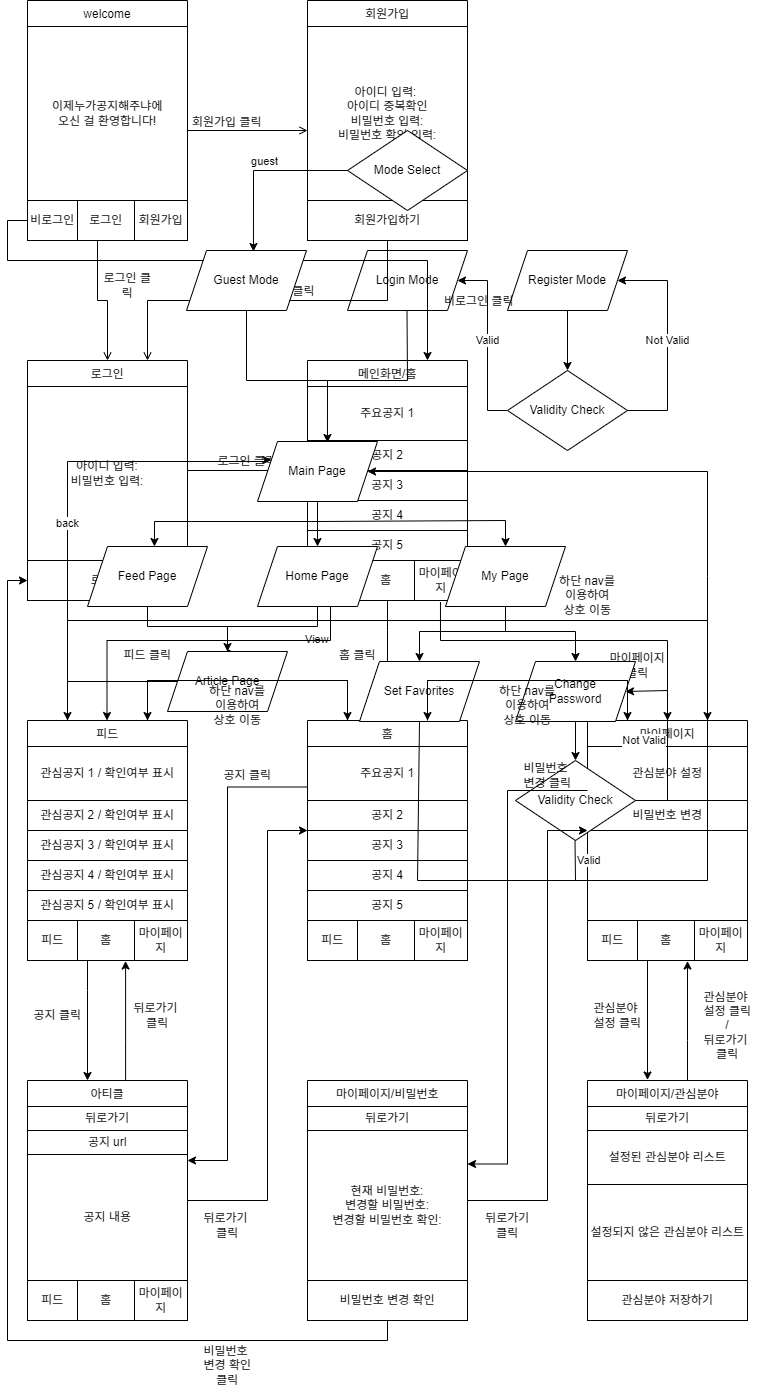
The draw.io diagram Untitled Diagram.drawio.png in BlazingDevs/2NuGong, before a commit. Source tidied: cells renumbered, new cells last; positions are measured from the earlier drawing's top-left corner, leaving out a move shared by most shapes.
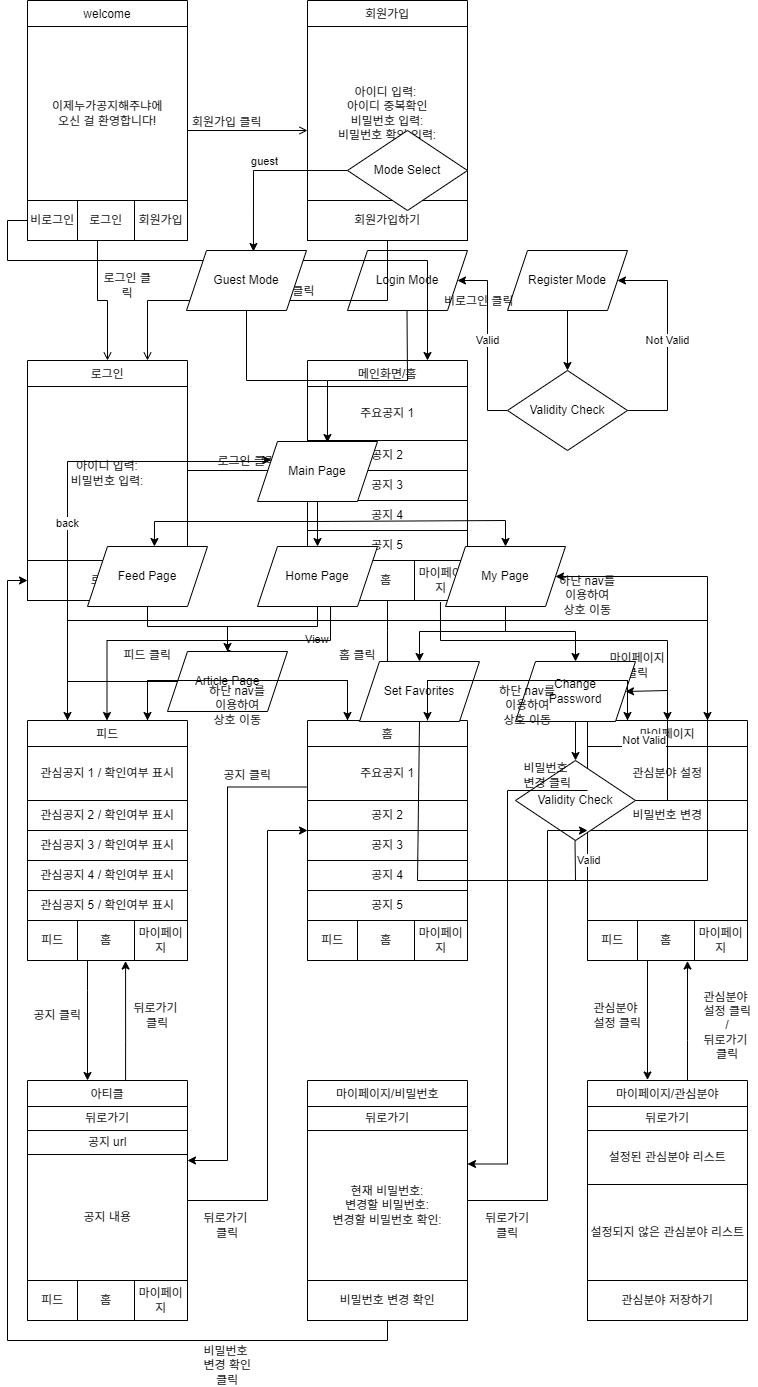
After the change.

Diff of the diagram source:
```diff
@@ -552,13 +552,12 @@
         </Array>
       </mxGeometry>
     </mxCell>
-    <mxCell id="135" style="endArrow=classic;html=1;rounded=0;entryX=1;entryY=0.5;entryDx=0;entryDy=0;exitX=0.5;exitY=1;exitDx=0;exitDy=0;" parent="1" edge="1" source="114" target="83">
+    <mxCell id="135" style="endArrow=classic;html=1;rounded=0;entryX=1;entryY=0.5;entryDx=0;entryDy=0;exitX=0.5;exitY=1;exitDx=0;exitDy=0;" parent="1" edge="1" source="114" target="104">
       <mxGeometry relative="1" as="geometry">
         <Array as="points">
           <mxPoint x="410" y="880" />
           <mxPoint x="700" y="880" />
           <mxPoint x="700" y="576" />
-          <mxPoint x="700" y="471" />
         </Array>
       </mxGeometry>
     </mxCell>
```
